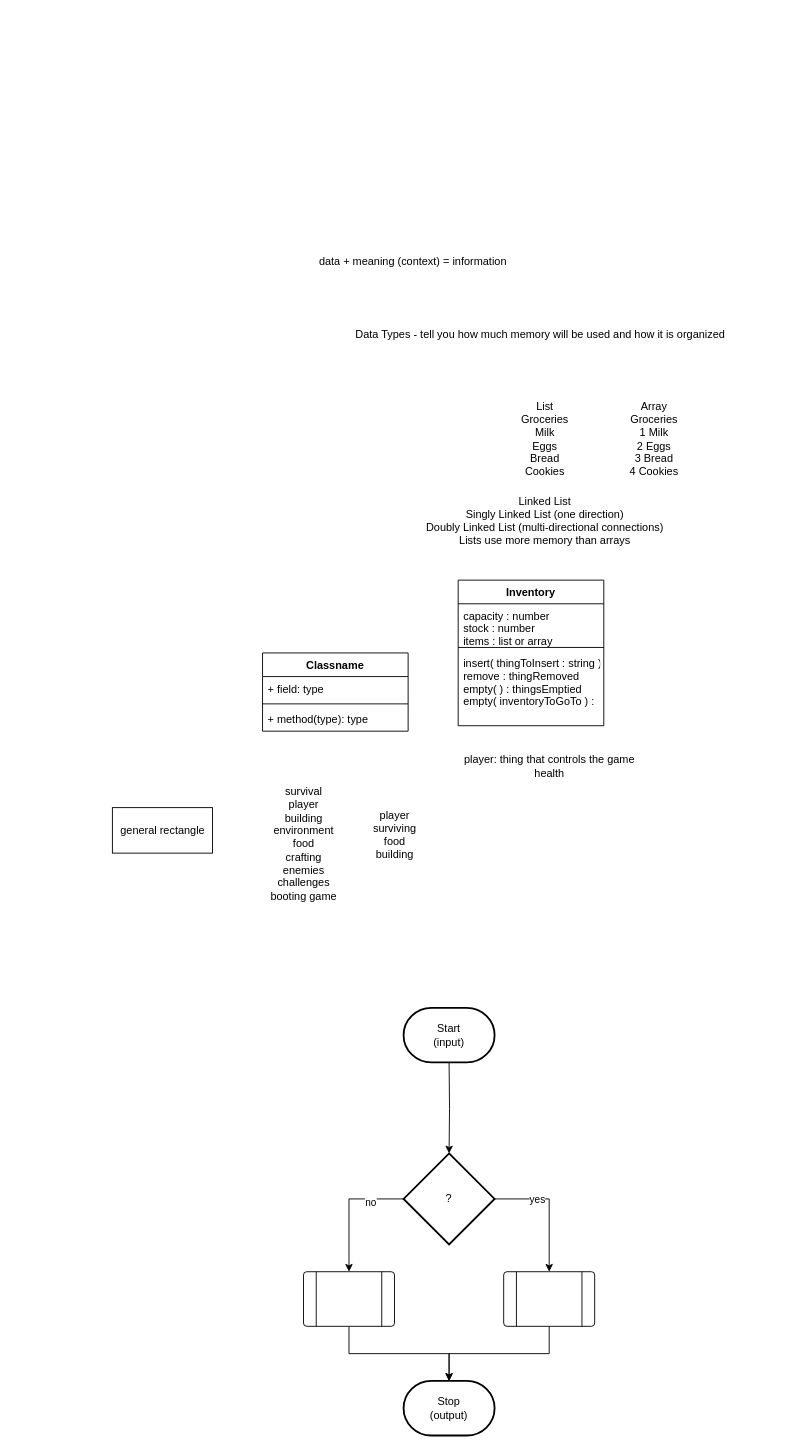
Earlier version of the draw.io diagram Initial-General-Diagram.drawio (ericbible/cscs1240-playground). Source tidied: cells renumbered, new cells numbered last; positions are measured from the earlier drawing's top-left corner, leaving out a move shared by most shapes. Both pictures are drawn from the tidied source at 91%, with x=0, y=0 at pixel (112, 252).
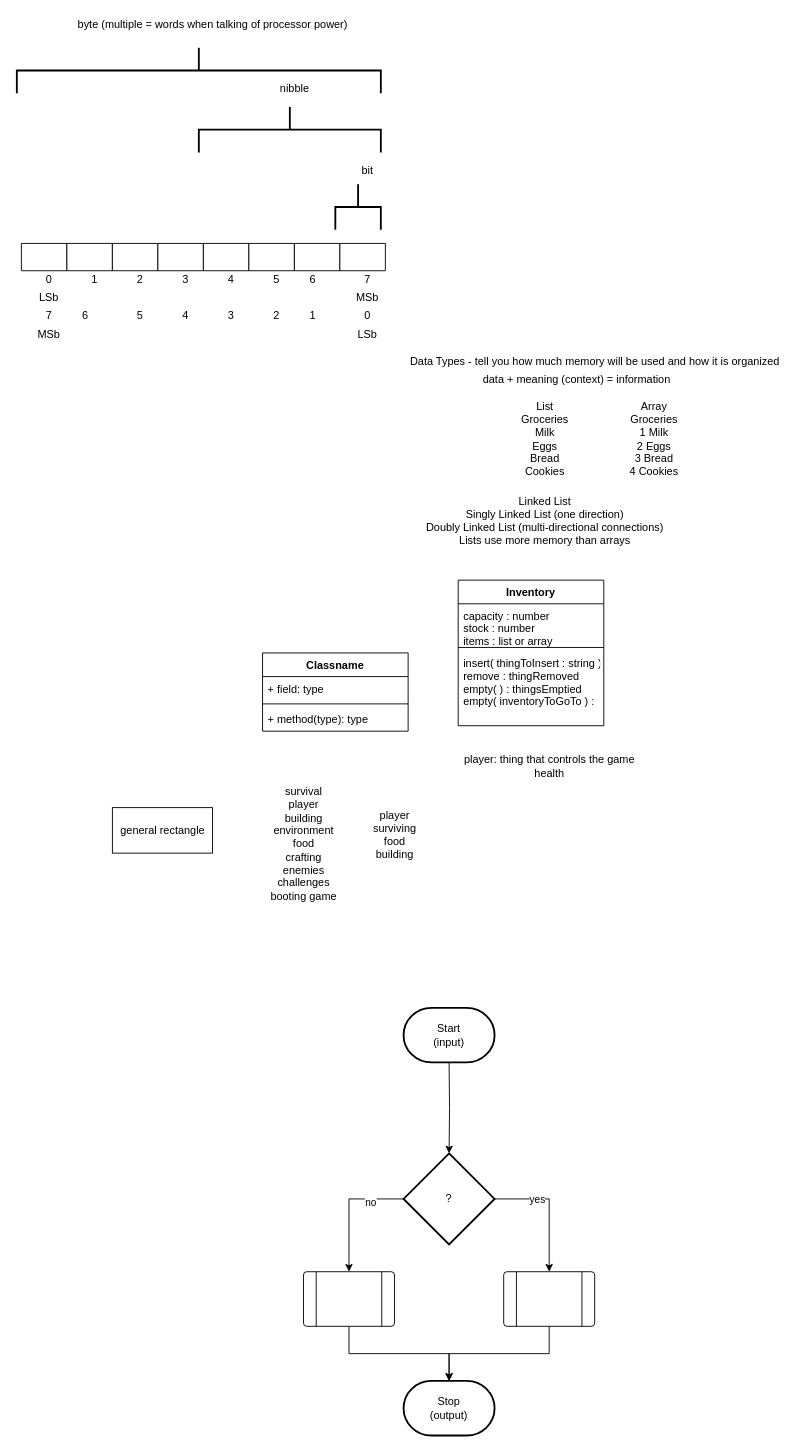
Above is the later version.

Commit message:
bits bytes and their organization/interpretation

The edit, as a diff of the source:
```diff
@@
     <mxCell id="29" value="Data Types - tell you how much memory will be used and how it is organized" style="text;html=1;align=center;verticalAlign=middle;" parent="1" vertex="1">
-      <mxGeometry x="260" y="80" width="420" height="20" as="geometry" />
+      <mxGeometry x="320" y="110" width="420" height="20" as="geometry" />
     </mxCell>
     <mxCell id="30" value="data + meaning (context) = information" style="text;html=1;align=center;verticalAlign=middle;" parent="1" vertex="1">
-      <mxGeometry x="220" width="220" height="20" as="geometry" />
+      <mxGeometry x="400" y="130" width="220" height="20" as="geometry" />
     </mxCell>
+    <mxCell id="31" style="verticalLabelPosition=bottom;verticalAlign=top;html=1;shape=mxgraph.basic.rect;fillColor2=none;strokeWidth=1;size=20;indent=5;" parent="1" vertex="1">
+      <mxGeometry x="-100" y="-10" width="50" height="30" as="geometry" />
+    </mxCell>
+    <mxCell id="32" style="verticalLabelPosition=bottom;verticalAlign=top;html=1;shape=mxgraph.basic.rect;fillColor2=none;strokeWidth=1;size=20;indent=5;" parent="1" vertex="1">
+      <mxGeometry x="-50" y="-10" width="50" height="30" as="geometry" />
+    </mxCell>
+    <mxCell id="33" style="verticalLabelPosition=bottom;verticalAlign=top;html=1;shape=mxgraph.basic.rect;fillColor2=none;strokeWidth=1;size=20;indent=5;" parent="1" vertex="1">
+      <mxGeometry y="-10" width="50" height="30" as="geometry" />
+    </mxCell>
+    <mxCell id="34" style="verticalLabelPosition=bottom;verticalAlign=top;html=1;shape=mxgraph.basic.rect;fillColor2=none;strokeWidth=1;size=20;indent=5;" parent="1" vertex="1">
+      <mxGeometry x="50" y="-10" width="50" height="30" as="geometry" />
+    </mxCell>
+    <mxCell id="35" style="verticalLabelPosition=bottom;verticalAlign=top;html=1;shape=mxgraph.basic.rect;fillColor2=none;strokeWidth=1;size=20;indent=5;" parent="1" vertex="1">
+      <mxGeometry x="100" y="-10" width="50" height="30" as="geometry" />
+    </mxCell>
+    <mxCell id="36" style="verticalLabelPosition=bottom;verticalAlign=top;html=1;shape=mxgraph.basic.rect;fillColor2=none;strokeWidth=1;size=20;indent=5;" parent="1" vertex="1">
+      <mxGeometry x="150" y="-10" width="50" height="30" as="geometry" />
+    </mxCell>
+    <mxCell id="37" style="verticalLabelPosition=bottom;verticalAlign=top;html=1;shape=mxgraph.basic.rect;fillColor2=none;strokeWidth=1;size=20;indent=5;" parent="1" vertex="1">
+      <mxGeometry x="200" y="-10" width="50" height="30" as="geometry" />
+    </mxCell>
+    <mxCell id="38" style="verticalLabelPosition=bottom;verticalAlign=top;html=1;shape=mxgraph.basic.rect;fillColor2=none;strokeWidth=1;size=20;indent=5;" parent="1" vertex="1">
+      <mxGeometry x="250" y="-10" width="50" height="30" as="geometry" />
+    </mxCell>
+    <mxCell id="39" style="strokeWidth=2;html=1;shape=mxgraph.flowchart.annotation_2;align=left;labelPosition=right;rotation=90;" parent="1" vertex="1">
+      <mxGeometry x="245" y="-75" width="50" height="50" as="geometry" />
+    </mxCell>
+    <mxCell id="40" value="bit" style="text;html=1;align=center;verticalAlign=middle;" parent="1" vertex="1">
+      <mxGeometry x="265" y="-100" width="30" height="20" as="geometry" />
+    </mxCell>
+    <mxCell id="41" style="strokeWidth=2;html=1;shape=mxgraph.flowchart.annotation_2;align=left;labelPosition=right;rotation=90;" parent="1" vertex="1">
+      <mxGeometry x="170" y="-235" width="50" height="200" as="geometry" />
+    </mxCell>
+    <mxCell id="42" value="nibble" style="text;html=1;align=center;verticalAlign=middle;" parent="1" vertex="1">
+      <mxGeometry x="175" y="-190" width="50" height="20" as="geometry" />
+    </mxCell>
+    <mxCell id="43" style="strokeWidth=2;html=1;shape=mxgraph.flowchart.annotation_2;align=left;labelPosition=right;rotation=90;" parent="1" vertex="1">
+      <mxGeometry x="70" y="-400" width="50" height="400" as="geometry" />
+    </mxCell>
+    <mxCell id="44" value="byte (multiple = words when talking of processor power)" style="text;html=1;align=center;verticalAlign=middle;" parent="1" vertex="1">
+      <mxGeometry x="-45" y="-260" width="310" height="20" as="geometry" />
+    </mxCell>
+    <mxCell id="45" value="0" style="text;html=1;align=center;verticalAlign=middle;" parent="1" vertex="1">
+      <mxGeometry x="-80" y="20" width="20" height="20" as="geometry" />
+    </mxCell>
+    <mxCell id="46" value="1" style="text;html=1;align=center;verticalAlign=middle;" parent="1" vertex="1">
+      <mxGeometry x="-30" y="20" width="20" height="20" as="geometry" />
+    </mxCell>
+    <mxCell id="47" value="2" style="text;html=1;align=center;verticalAlign=middle;" parent="1" vertex="1">
+      <mxGeometry x="20" y="20" width="20" height="20" as="geometry" />
+    </mxCell>
+    <mxCell id="48" value="3" style="text;html=1;align=center;verticalAlign=middle;" parent="1" vertex="1">
+      <mxGeometry x="70" y="20" width="20" height="20" as="geometry" />
+    </mxCell>
+    <mxCell id="49" value="4" style="text;html=1;align=center;verticalAlign=middle;" parent="1" vertex="1">
+      <mxGeometry x="120" y="20" width="20" height="20" as="geometry" />
+    </mxCell>
+    <mxCell id="50" value="5" style="text;html=1;align=center;verticalAlign=middle;" parent="1" vertex="1">
+      <mxGeometry x="170" y="20" width="20" height="20" as="geometry" />
+    </mxCell>
+    <mxCell id="51" value="6" style="text;html=1;align=center;verticalAlign=middle;" parent="1" vertex="1">
+      <mxGeometry x="210" y="20" width="20" height="20" as="geometry" />
+    </mxCell>
+    <mxCell id="52" value="7" style="text;html=1;align=center;verticalAlign=middle;" parent="1" vertex="1">
+      <mxGeometry x="270" y="20" width="20" height="20" as="geometry" />
+    </mxCell>
+    <mxCell id="53" value="LSb" style="text;html=1;align=center;verticalAlign=middle;" parent="1" vertex="1">
+      <mxGeometry x="-90" y="40" width="40" height="20" as="geometry" />
+    </mxCell>
+    <mxCell id="54" value="MSb" style="text;html=1;align=center;verticalAlign=middle;" parent="1" vertex="1">
+      <mxGeometry x="260" y="40" width="40" height="20" as="geometry" />
+    </mxCell>
+    <mxCell id="55" value="7" style="text;html=1;align=center;verticalAlign=middle;" parent="1" vertex="1">
+      <mxGeometry x="-80" y="60" width="20" height="20" as="geometry" />
+    </mxCell>
+    <mxCell id="56" value="6" style="text;html=1;align=center;verticalAlign=middle;" parent="1" vertex="1">
+      <mxGeometry x="-40" y="60" width="20" height="20" as="geometry" />
+    </mxCell>
+    <mxCell id="57" value="5" style="text;html=1;align=center;verticalAlign=middle;" parent="1" vertex="1">
+      <mxGeometry x="20" y="60" width="20" height="20" as="geometry" />
+    </mxCell>
+    <mxCell id="58" value="4" style="text;html=1;align=center;verticalAlign=middle;" parent="1" vertex="1">
+      <mxGeometry x="70" y="60" width="20" height="20" as="geometry" />
+    </mxCell>
+    <mxCell id="59" value="3" style="text;html=1;align=center;verticalAlign=middle;" parent="1" vertex="1">
+      <mxGeometry x="120" y="60" width="20" height="20" as="geometry" />
+    </mxCell>
+    <mxCell id="60" value="2" style="text;html=1;align=center;verticalAlign=middle;" parent="1" vertex="1">
+      <mxGeometry x="170" y="60" width="20" height="20" as="geometry" />
+    </mxCell>
+    <mxCell id="61" value="1" style="text;html=1;align=center;verticalAlign=middle;" parent="1" vertex="1">
+      <mxGeometry x="210" y="60" width="20" height="20" as="geometry" />
+    </mxCell>
+    <mxCell id="62" value="0" style="text;html=1;align=center;verticalAlign=middle;" parent="1" vertex="1">
+      <mxGeometry x="270" y="60" width="20" height="20" as="geometry" />
+    </mxCell>
+    <mxCell id="63" value="MSb" style="text;html=1;align=center;verticalAlign=middle;" parent="1" vertex="1">
+      <mxGeometry x="-90" y="80" width="40" height="20" as="geometry" />
+    </mxCell>
+    <mxCell id="64" value="LSb" style="text;html=1;align=center;verticalAlign=middle;" parent="1" vertex="1">
+      <mxGeometry x="260" y="80" width="40" height="20" as="geometry" />
+    </mxCell>
```
